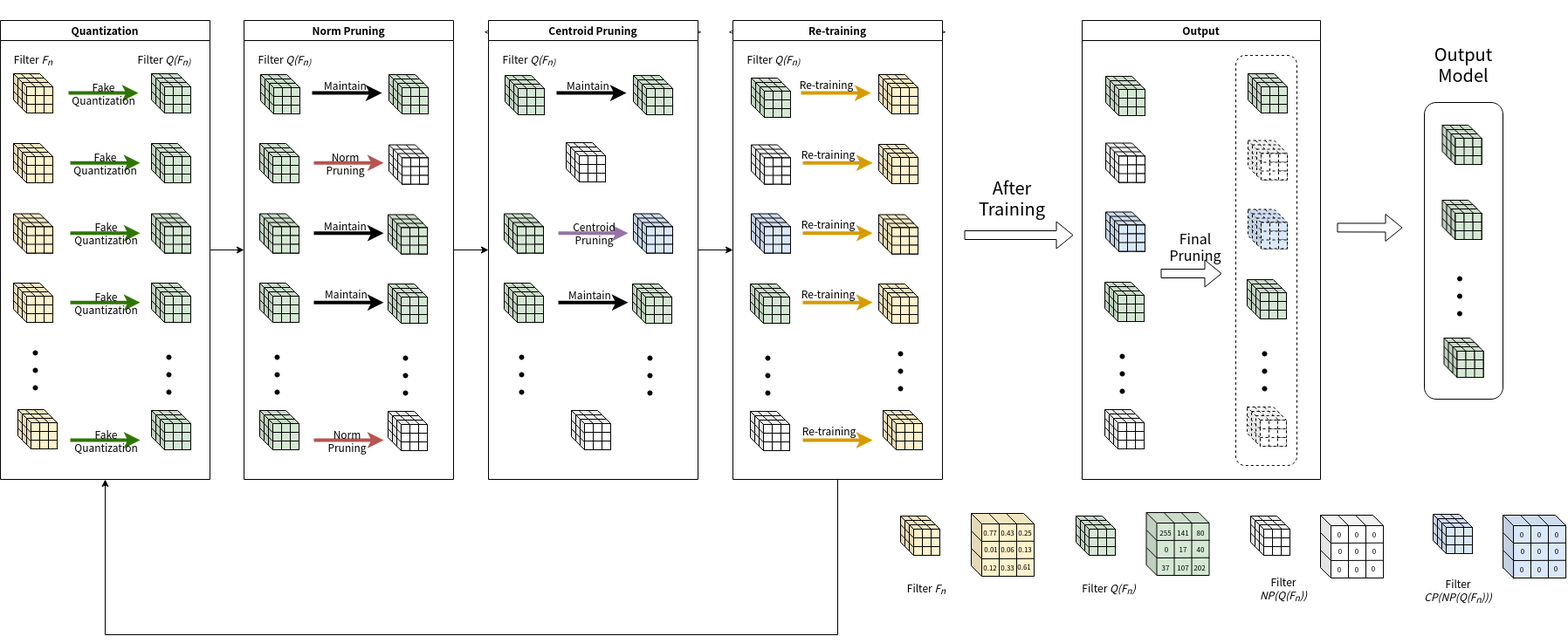
Above: Oneshot3.drawio.png in JIANGBOFENG/MY_GIT_Repo (draw.io), before the change. Source tidied: cells renumbered, new cells last; positions are measured from the earlier drawing's top-left corner, leaving out a move shared by most shapes.
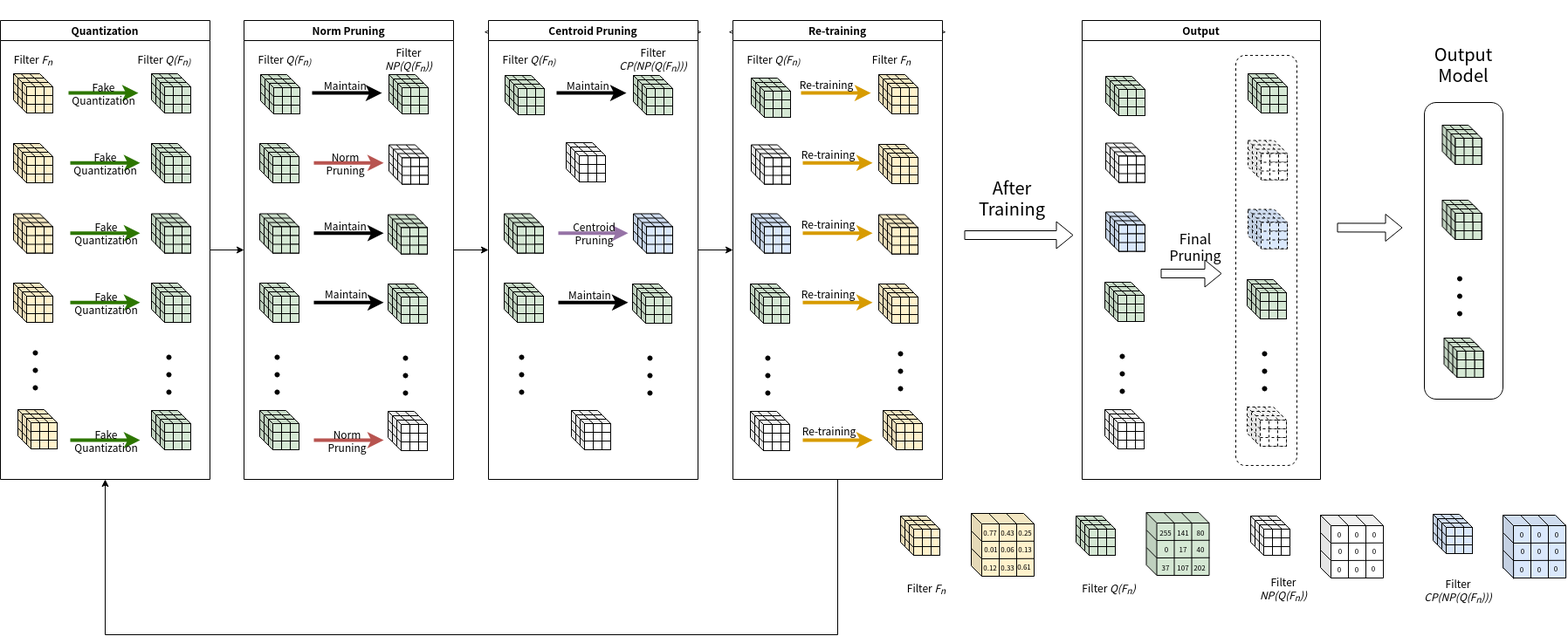
The same diagram one commit later.

What changed in the source:
```diff
@@ -1243,6 +1243,9 @@
         <mxPoint x="14.8" y="15.2" as="targetPoint" />
       </mxGeometry>
     </mxCell>
+    <mxCell id="1239" value="Filter &lt;i&gt;NP(&lt;/i&gt;&lt;i&gt;Q(F&lt;sub&gt;n&lt;/sub&gt;&lt;/i&gt;&lt;i&gt;)&lt;/i&gt;&lt;i&gt;)&lt;/i&gt;&lt;sub&gt;&lt;i&gt;&lt;br&gt;&lt;/i&gt;&lt;/sub&gt;" style="text;html=1;strokeColor=none;fillColor=none;align=center;verticalAlign=middle;whiteSpace=wrap;rounded=0;" parent="210" vertex="1">
+      <mxGeometry x="150.8" y="30" width="75.5" height="30" as="geometry" />
+    </mxCell>
     <mxCell id="321" style="group;" parent="209" vertex="1">
       <mxGeometry x="165" y="222.5" width="45" height="45" as="geometry" />
     </mxCell>
@@ -1876,6 +1879,9 @@
         <mxPoint x="14.8" y="15.2" as="targetPoint" />
       </mxGeometry>
     </mxCell>
+    <mxCell id="1240" value="Filter &lt;i&gt;CP(NP(&lt;/i&gt;&lt;i&gt;Q(F&lt;sub&gt;n&lt;/sub&gt;&lt;/i&gt;&lt;i&gt;)&lt;/i&gt;&lt;i&gt;))&lt;/i&gt;&lt;sub&gt;&lt;i&gt;&lt;br&gt;&lt;/i&gt;&lt;/sub&gt;" style="text;html=1;strokeColor=none;fillColor=none;align=center;verticalAlign=middle;whiteSpace=wrap;rounded=0;" parent="383" vertex="1">
+      <mxGeometry x="150.8" y="30" width="75.5" height="30" as="geometry" />
+    </mxCell>
     <mxCell id="487" style="group;" parent="382" vertex="1">
       <mxGeometry x="165" y="302" width="45" height="45" as="geometry" />
     </mxCell>
@@ -3167,6 +3173,9 @@
         <mxPoint x="14.8" y="15.2" as="targetPoint" />
       </mxGeometry>
     </mxCell>
+    <mxCell id="1241" value="Filter &lt;i&gt;F&lt;sub&gt;n&lt;/sub&gt;&lt;/i&gt;&lt;sub&gt;&lt;i&gt;&lt;br&gt;&lt;/i&gt;&lt;/sub&gt;" style="text;html=1;strokeColor=none;fillColor=none;align=center;verticalAlign=middle;whiteSpace=wrap;rounded=0;" parent="759" vertex="1">
+      <mxGeometry x="152" y="30" width="60" height="30" as="geometry" />
+    </mxCell>
     <mxCell id="809" style="group;" parent="758" vertex="1">
       <mxGeometry x="20" y="302" width="45" height="45" as="geometry" />
     </mxCell>
```
